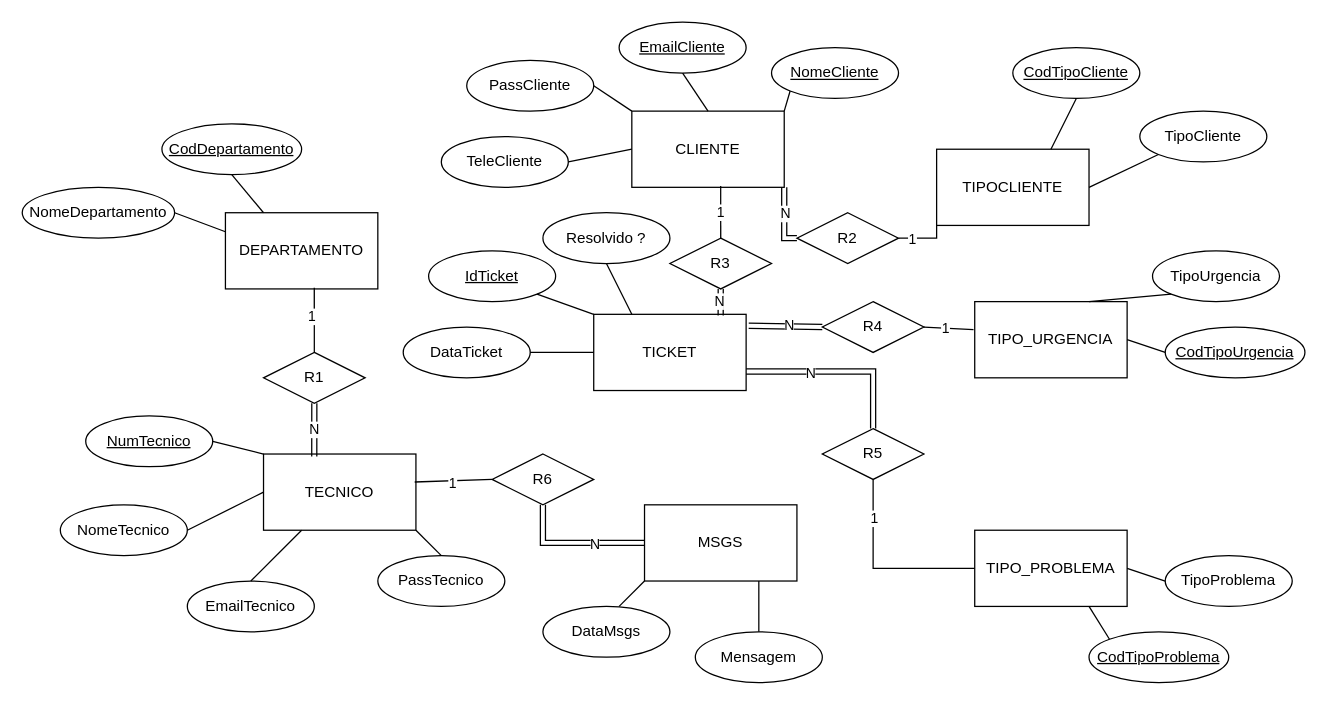
This is SistemaTicket-ModeloER.drawio from HenriqueINA/An-lise-de-Sistemas, a draw.io file, before an edit. Source tidied: cells renumbered, new cells numbered last; positions are measured from the earlier drawing's top-left corner, leaving out a move shared by most shapes. Both pictures are drawn from the tidied source at 127%, with x=0, y=0 at pixel (22, 22).
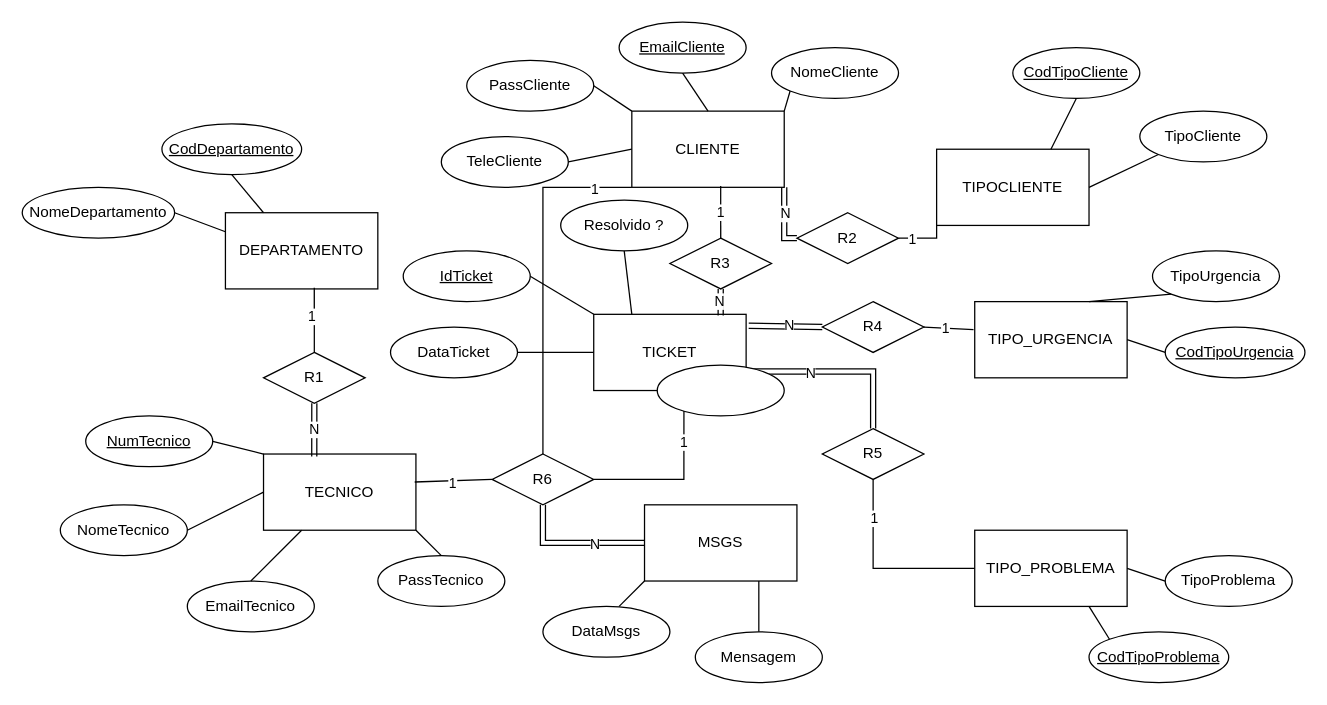
Above is the later version.

The change refers to these unchanged cells:
```xml
<mxCell id="3" value="CLIENTE" style="rounded=0;whiteSpace=wrap;html=1;" parent="1" vertex="1">
  <mxGeometry x="480" y="70" width="120" height="60" as="geometry" />
</mxCell>
<mxCell id="7" value="TICKET" style="rounded=0;whiteSpace=wrap;html=1;" parent="1" vertex="1">
  <mxGeometry x="450" y="230" width="120" height="60" as="geometry" />
</mxCell>
<mxCell id="57" value="R6" style="shape=rhombus;perimeter=rhombusPerimeter;whiteSpace=wrap;html=1;align=center;" parent="1" vertex="1">
  <mxGeometry x="370" y="340" width="80" height="40" as="geometry" />
</mxCell>
```

Change to the diagram source:
```diff
@@
-    <mxCell id="17" value="EmailCliente" style="ellipse;whiteSpace=wrap;html=1;align=center;fontStyle=4;" parent="1" vertex="1">
-      <mxGeometry x="470" width="100" height="40" as="geometry" />
-    </mxCell>
-    <mxCell id="18" value="&lt;span style=&quot;text-decoration-line: underline;&quot;&gt;NomeCliente&lt;/span&gt;" style="ellipse;whiteSpace=wrap;html=1;align=center;" parent="1" vertex="1">
+    <mxCell id="18" value="NomeCliente" style="ellipse;whiteSpace=wrap;html=1;align=center;" parent="1" vertex="1">
       <mxGeometry x="590" y="20" width="100" height="40" as="geometry" />
     </mxCell>
@@
     <mxCell id="28" value="IdTicket" style="ellipse;whiteSpace=wrap;html=1;align=center;fontStyle=4;" parent="1" vertex="1">
-      <mxGeometry x="320" y="180" width="100" height="40" as="geometry" />
+      <mxGeometry x="300" y="180" width="100" height="40" as="geometry" />
     </mxCell>
     <mxCell id="29" value="Resolvido ?" style="ellipse;whiteSpace=wrap;html=1;align=center;" parent="1" vertex="1">
-      <mxGeometry x="410" y="150" width="100" height="40" as="geometry" />
+      <mxGeometry x="424" y="140" width="100" height="40" as="geometry" />
     </mxCell>
     <mxCell id="30" value="DataTicket" style="ellipse;whiteSpace=wrap;html=1;align=center;" parent="1" vertex="1">
-      <mxGeometry x="300" y="240" width="100" height="40" as="geometry" />
+      <mxGeometry x="290" y="240" width="100" height="40" as="geometry" />
     </mxCell>
@@
-    <mxCell id="36" style="endArrow=none;html=1;rounded=0;entryX=1;entryY=1;entryDx=0;entryDy=0;exitX=0;exitY=0;exitDx=0;exitDy=0;" parent="1" edge="1" source="7" target="28">
+    <mxCell id="36" style="endArrow=none;html=1;rounded=0;entryX=1;entryY=0.5;entryDx=0;entryDy=0;exitX=0;exitY=0;exitDx=0;exitDy=0;" parent="1" edge="1" source="7" target="28">
       <mxGeometry relative="1" as="geometry" />
     </mxCell>
@@
+    <mxCell id="82" style="endArrow=none;html=1;rounded=0;entryX=0;entryY=1;entryDx=0;entryDy=0;" parent="1" edge="1" target="3">
+      <mxGeometry relative="1" as="geometry">
+        <mxPoint x="410" y="340" as="sourcePoint" />
+        <Array as="points">
+          <mxPoint x="410" y="130" />
+        </Array>
+      </mxGeometry>
+    </mxCell>
+    <mxCell id="83" value="1" style="edgeLabel;html=1;align=center;verticalAlign=middle;" parent="82" vertex="1">
+      <mxGeometry x="-0.69" relative="1" as="geometry">
+        <mxPoint x="40" y="-166" as="offset" />
+      </mxGeometry>
+    </mxCell>
+    <mxCell id="84" style="endArrow=none;html=1;rounded=0;exitX=0.592;exitY=1.05;exitDx=0;exitDy=0;exitPerimeter=0;entryX=1;entryY=0.5;entryDx=0;entryDy=0;" parent="1" edge="1" source="7" target="57">
+      <mxGeometry relative="1" as="geometry">
+        <Array as="points">
+          <mxPoint x="521" y="360" />
+        </Array>
+      </mxGeometry>
+    </mxCell>
+    <mxCell id="85" value="1" style="edgeLabel;html=1;align=center;verticalAlign=middle;" parent="84" vertex="1">
+      <mxGeometry x="-0.48" y="2" relative="1" as="geometry">
+        <mxPoint x="-3" y="1" as="offset" />
+      </mxGeometry>
+    </mxCell>
+    <mxCell id="86" style="ellipse;whiteSpace=wrap;html=1;align=center;" parent="1" vertex="1">
+      <mxGeometry x="500" y="270" width="100" height="40" as="geometry" />
+    </mxCell>
+    <mxCell id="17" value="EmailCliente" style="ellipse;whiteSpace=wrap;html=1;align=center;fontStyle=4;" parent="1" vertex="1">
+      <mxGeometry x="470" width="100" height="40" as="geometry" />
+    </mxCell>
```
